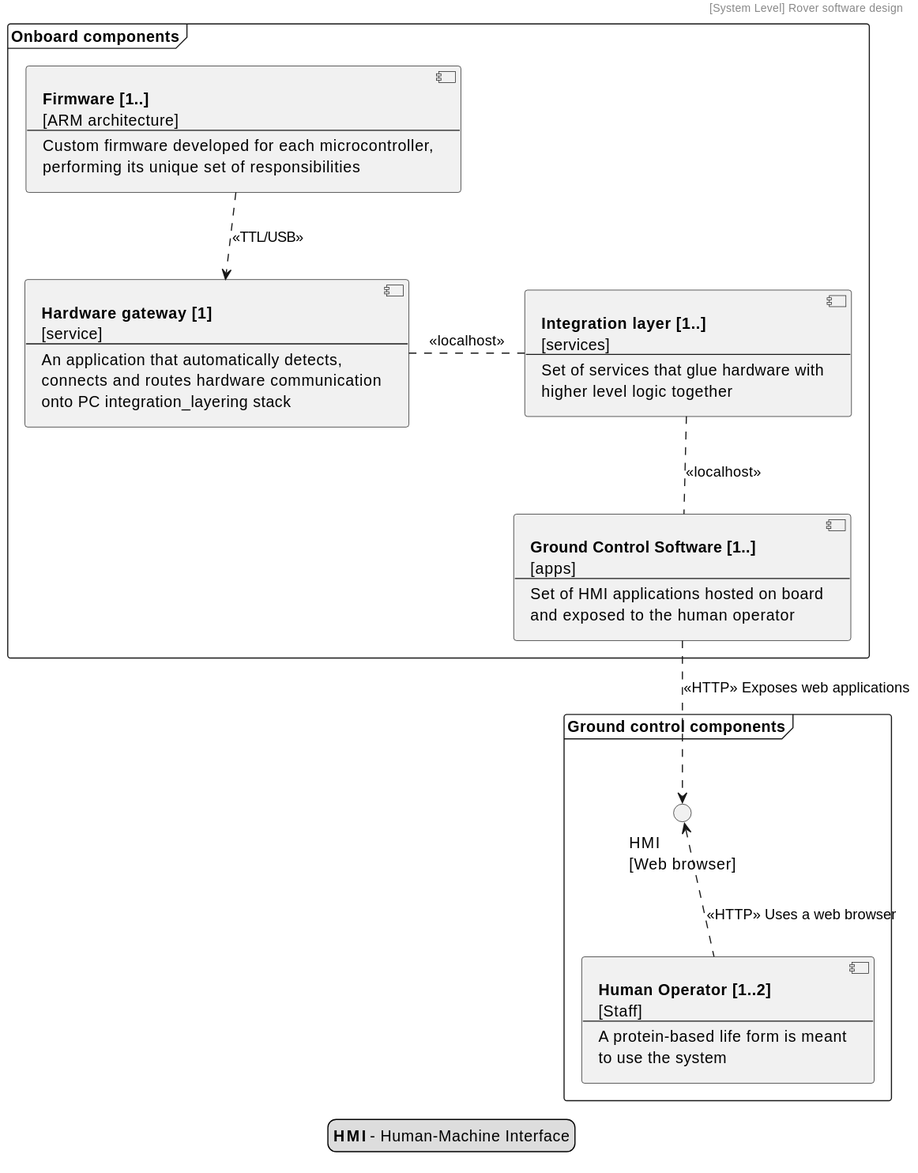
Before: uml/c4model/01_system_level/020_system_rover_software_component_diagram.svg, a diagram exported from PlantUML (krkruk/mqtt-robot-framework). The source it was exported from:
```plantuml
@startuml
header [System Level] Rover software design

frame "Onboard components" {
    component firmware as "**Firmware [1..]**
    [ARM architecture]
    ---
    Custom firmware developed for each microcontroller,
    performing its unique set of responsibilities"

    component hardware_gateway as "**Hardware gateway [1]**
    [service]
    ---
    An application that automatically detects,
    connects and routes hardware communication
    onto PC integration_layering stack"

    component integration_layer as "**Integration layer [1..]**
    [services]
    ---
    Set of services that glue hardware with
    higher level logic together"

    component ground_ctrl_software as "**Ground Control Software [1..]**
    [apps]
    ---
    Set of HMI applications hosted on board
    and exposed to the human operator"
}

frame "Ground control components" {

    component operator as "**Human Operator [1..2]**
    [Staff]
    ---
    A protein-based life form is meant
    to use the system"

    () hmi as "HMI\n[Web browser]"
}

ground_ctrl_software .up. integration_layer: <<localhost>>
hardware_gateway . integration_layer: <<localhost>>
firmware .down.> hardware_gateway: <<TTL/USB>>
operator .up.> hmi: <<HTTP>> Uses a web browser
ground_ctrl_software .down.> hmi: <<HTTP>> Exposes web applications

legend
    **HMI** - Human-Machine Interface
end legend
@enduml
```
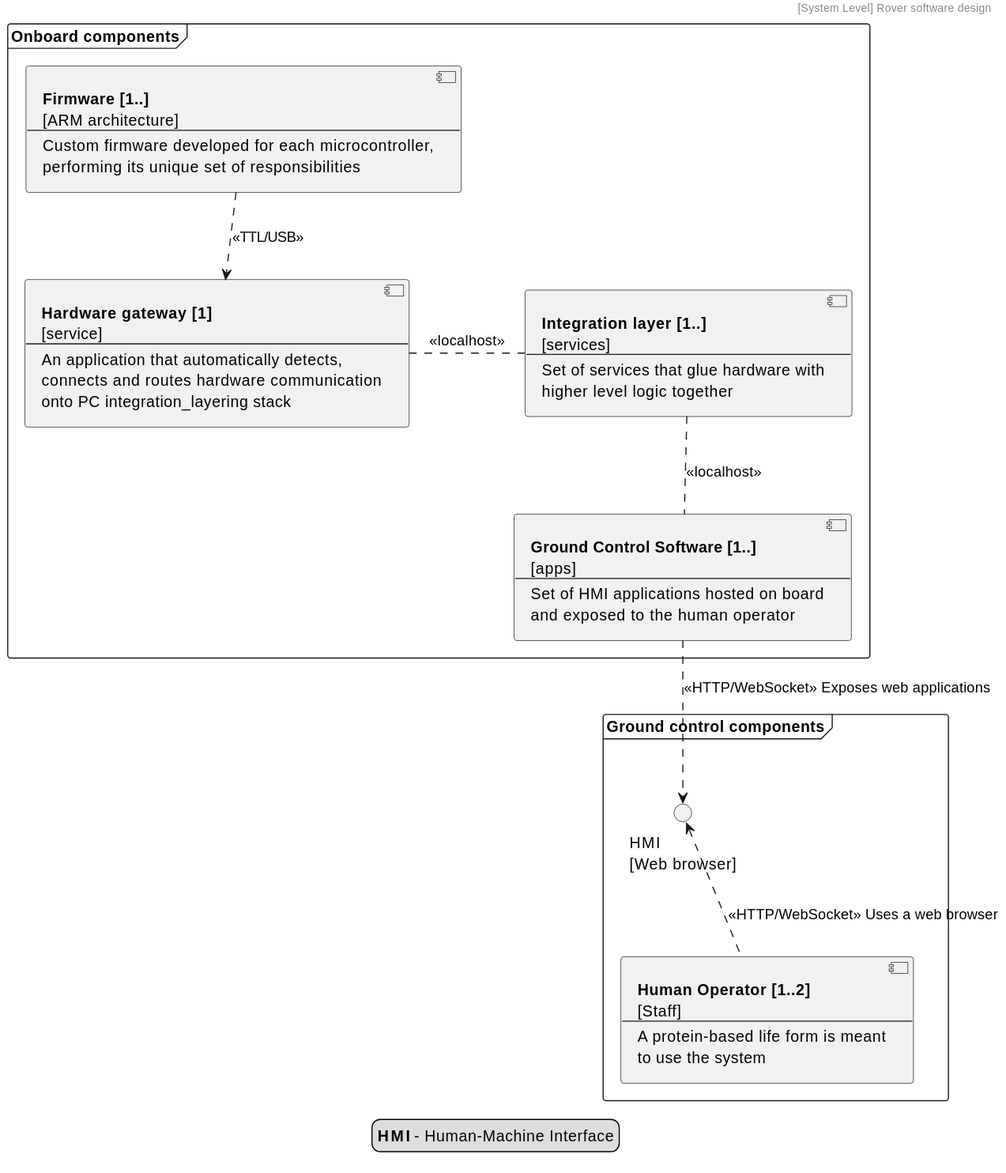
Later version of the same file.

Commit message:
Update UML diagrams

Change to the diagram source:
```diff
@@ -42,8 +42,8 @@
 ground_ctrl_software .up. integration_layer: <<localhost>>
 hardware_gateway . integration_layer: <<localhost>>
 firmware .down.> hardware_gateway: <<TTL/USB>>
-operator .up.> hmi: <<HTTP>> Uses a web browser
-ground_ctrl_software .down.> hmi: <<HTTP>> Exposes web applications
+operator .up.> hmi: <<HTTP/WebSocket>> Uses a web browser
+ground_ctrl_software .down.> hmi: <<HTTP/WebSocket>> Exposes web applications
 
 legend
     **HMI** - Human-Machine Interface
```
